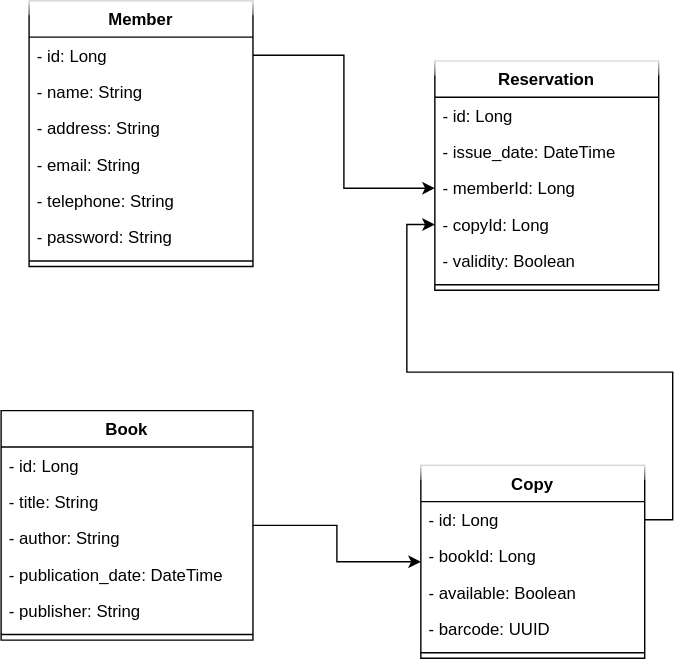
The draw.io diagram class_diagram.drawio.svg in gmorikawa/library_system_api, before a commit. Source tidied: cells renumbered, new cells last; positions are measured from the earlier drawing's top-left corner, leaving out a move shared by most shapes.
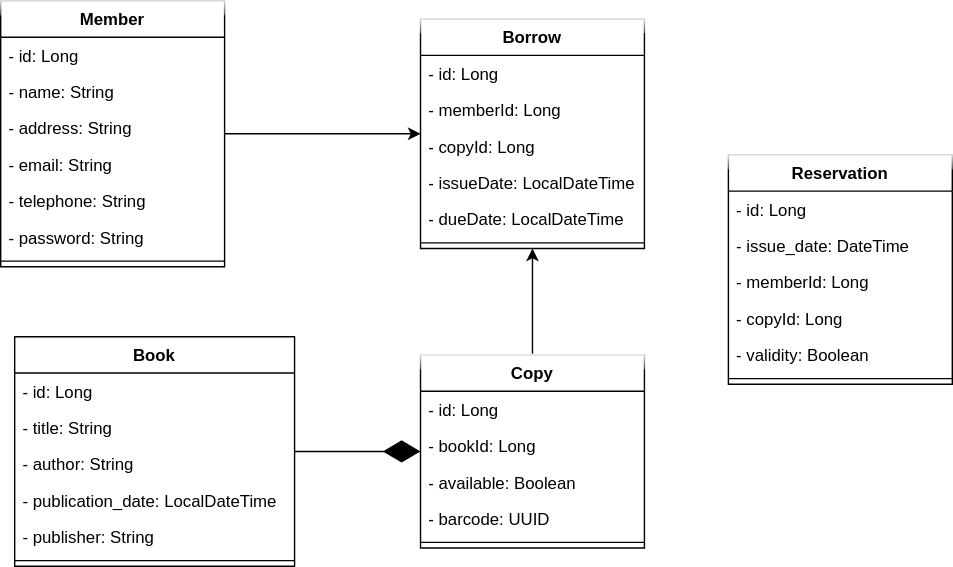
Later version of the same file.

Commit message:
Borrow entity basic CRUD implemented

Change to the diagram source:
```diff
@@ -2,32 +2,32 @@
   <root>
     <mxCell id="0" />
     <mxCell id="1" parent="0" />
-    <mxCell id="2" style="edgeStyle=orthogonalEdgeStyle;rounded=0;jettySize=auto;html=1;" parent="1" edge="1" source="3" target="10">
-      <mxGeometry relative="1" as="geometry" />
-    </mxCell>
     <mxCell id="3" value="Book" style="swimlane;fontStyle=1;align=center;verticalAlign=top;horizontal=1;startSize=26;" parent="1" vertex="1">
-      <mxGeometry y="293" width="180" height="164" as="geometry" />
+      <mxGeometry x="-140" y="400" width="200" height="164" as="geometry" />
     </mxCell>
     <mxCell id="4" value="- id: Long" style="text;strokeColor=none;fillColor=none;align=left;verticalAlign=top;spacingLeft=4;spacingRight=4;overflow=hidden;glass=1;" parent="3" vertex="1">
-      <mxGeometry y="26" width="180" height="26" as="geometry" />
+      <mxGeometry y="26" width="200" height="26" as="geometry" />
     </mxCell>
     <mxCell id="5" value="- title: String" style="text;strokeColor=none;fillColor=none;align=left;verticalAlign=top;spacingLeft=4;spacingRight=4;overflow=hidden;glass=1;" parent="3" vertex="1">
-      <mxGeometry y="52" width="180" height="26" as="geometry" />
+      <mxGeometry y="52" width="200" height="26" as="geometry" />
     </mxCell>
     <mxCell id="6" value="- author: String" style="text;strokeColor=none;fillColor=none;align=left;verticalAlign=top;spacingLeft=4;spacingRight=4;overflow=hidden;glass=1;" parent="3" vertex="1">
-      <mxGeometry y="78" width="180" height="26" as="geometry" />
+      <mxGeometry y="78" width="200" height="26" as="geometry" />
     </mxCell>
-    <mxCell id="7" value="- publication_date: DateTime" style="text;strokeColor=none;fillColor=none;align=left;verticalAlign=top;spacingLeft=4;spacingRight=4;overflow=hidden;glass=1;" parent="3" vertex="1">
-      <mxGeometry y="104" width="180" height="26" as="geometry" />
+    <mxCell id="7" value="- publication_date: LocalDateTime" style="text;strokeColor=none;fillColor=none;align=left;verticalAlign=top;spacingLeft=4;spacingRight=4;overflow=hidden;glass=1;" parent="3" vertex="1">
+      <mxGeometry y="104" width="200" height="26" as="geometry" />
     </mxCell>
     <mxCell id="8" value="- publisher: String" style="text;strokeColor=none;fillColor=none;align=left;verticalAlign=top;spacingLeft=4;spacingRight=4;overflow=hidden;glass=1;" parent="3" vertex="1">
-      <mxGeometry y="130" width="180" height="26" as="geometry" />
+      <mxGeometry y="130" width="200" height="26" as="geometry" />
     </mxCell>
     <mxCell id="9" style="line;strokeWidth=1;fillColor=none;align=left;verticalAlign=middle;spacingTop=-1;spacingLeft=3;spacingRight=3;labelPosition=right;strokeColor=inherit;" parent="3" vertex="1">
-      <mxGeometry y="156" width="180" height="8" as="geometry" />
+      <mxGeometry y="156" width="200" height="8" as="geometry" />
     </mxCell>
+    <mxCell id="33" style="edgeStyle=orthogonalEdgeStyle;rounded=0;jettySize=auto;html=1;" parent="1" edge="1" source="10" target="35">
+      <mxGeometry relative="1" as="geometry" />
+    </mxCell>
     <mxCell id="10" value="Copy" style="swimlane;fontStyle=1;align=center;verticalAlign=top;horizontal=1;startSize=26;glass=1;" parent="1" vertex="1">
-      <mxGeometry x="300" y="332" width="160" height="138" as="geometry" />
+      <mxGeometry x="150" y="413" width="160" height="138" as="geometry" />
     </mxCell>
     <mxCell id="11" value="- id: Long" style="text;strokeColor=none;fillColor=none;align=left;verticalAlign=top;spacingLeft=4;spacingRight=4;overflow=hidden;points=[[0,0.5],[1,0.5]];portConstraint=eastwest;glass=1;" parent="10" vertex="1">
       <mxGeometry y="26" width="160" height="26" as="geometry" />
@@ -44,8 +44,11 @@
     <mxCell id="15" style="line;strokeWidth=1;fillColor=none;align=left;verticalAlign=middle;spacingTop=-1;spacingLeft=3;spacingRight=3;labelPosition=right;strokeColor=inherit;glass=1;" parent="10" vertex="1">
       <mxGeometry y="130" width="160" height="8" as="geometry" />
     </mxCell>
+    <mxCell id="34" style="edgeStyle=orthogonalEdgeStyle;rounded=0;jettySize=auto;html=1;" parent="1" edge="1" source="16" target="35">
+      <mxGeometry relative="1" as="geometry" />
+    </mxCell>
     <mxCell id="16" value="Member" style="swimlane;fontStyle=1;align=center;verticalAlign=top;horizontal=1;startSize=26;glass=1;" parent="1" vertex="1">
-      <mxGeometry x="20" width="160" height="190" as="geometry" />
+      <mxGeometry x="-150" y="160" width="160" height="190" as="geometry" />
     </mxCell>
     <mxCell id="17" value="- id: Long&#10;" style="text;strokeColor=none;fillColor=none;align=left;verticalAlign=top;spacingLeft=4;spacingRight=4;overflow=hidden;points=[[0,0.5],[1,0.5]];portConstraint=eastwest;glass=1;" parent="16" vertex="1">
       <mxGeometry y="26" width="160" height="26" as="geometry" />
@@ -69,7 +72,7 @@
       <mxGeometry y="182" width="160" height="8" as="geometry" />
     </mxCell>
     <mxCell id="24" value="Reservation&#10;" style="swimlane;fontStyle=1;align=center;verticalAlign=top;horizontal=1;startSize=26;glass=1;" parent="1" vertex="1">
-      <mxGeometry x="310" y="43" width="160" height="164" as="geometry" />
+      <mxGeometry x="370" y="270" width="160" height="164" as="geometry" />
     </mxCell>
     <mxCell id="25" value="- id: Long" style="text;strokeColor=none;fillColor=none;align=left;verticalAlign=top;spacingLeft=4;spacingRight=4;overflow=hidden;glass=1;" parent="24" vertex="1">
       <mxGeometry y="26" width="160" height="26" as="geometry" />
@@ -89,11 +92,29 @@
     <mxCell id="30" style="line;strokeWidth=1;fillColor=none;align=left;verticalAlign=middle;spacingTop=-1;spacingLeft=3;spacingRight=3;labelPosition=right;strokeColor=inherit;glass=1;" parent="24" vertex="1">
       <mxGeometry y="156" width="160" height="8" as="geometry" />
     </mxCell>
-    <mxCell id="31" style="edgeStyle=orthogonalEdgeStyle;rounded=0;jettySize=auto;html=1;" parent="1" edge="1" source="17" target="27">
-      <mxGeometry relative="1" as="geometry" />
-    </mxCell>
-    <mxCell id="32" style="edgeStyle=orthogonalEdgeStyle;rounded=0;jettySize=auto;html=1;" parent="1" edge="1" source="11" target="28">
-      <mxGeometry relative="1" as="geometry" />
-    </mxCell>
+    <mxCell id="35" value="Borrow" style="swimlane;fontStyle=1;align=center;verticalAlign=top;horizontal=1;startSize=26;glass=1;" parent="1" vertex="1">
+      <mxGeometry x="150" y="173" width="160" height="164" as="geometry" />
+    </mxCell>
+    <mxCell id="36" value="- id: Long&#10;" style="text;strokeColor=none;fillColor=none;align=left;verticalAlign=top;spacingLeft=4;spacingRight=4;overflow=hidden;glass=1;" parent="35" vertex="1">
+      <mxGeometry y="26" width="160" height="26" as="geometry" />
+    </mxCell>
+    <mxCell id="37" value="- memberId: Long" style="text;strokeColor=none;fillColor=none;align=left;verticalAlign=top;spacingLeft=4;spacingRight=4;overflow=hidden;glass=1;" parent="35" vertex="1">
+      <mxGeometry y="52" width="160" height="26" as="geometry" />
+    </mxCell>
+    <mxCell id="38" value="- copyId: Long" style="text;strokeColor=none;fillColor=none;align=left;verticalAlign=top;spacingLeft=4;spacingRight=4;overflow=hidden;glass=1;" parent="35" vertex="1">
+      <mxGeometry y="78" width="160" height="26" as="geometry" />
+    </mxCell>
+    <mxCell id="39" value="- issueDate: LocalDateTime" style="text;strokeColor=none;fillColor=none;align=left;verticalAlign=top;spacingLeft=4;spacingRight=4;overflow=hidden;glass=1;" parent="35" vertex="1">
+      <mxGeometry y="104" width="160" height="26" as="geometry" />
+    </mxCell>
+    <mxCell id="40" value="- dueDate: LocalDateTime" style="text;strokeColor=none;fillColor=none;align=left;verticalAlign=top;spacingLeft=4;spacingRight=4;overflow=hidden;glass=1;" parent="35" vertex="1">
+      <mxGeometry y="130" width="160" height="26" as="geometry" />
+    </mxCell>
+    <mxCell id="41" style="line;strokeWidth=1;fillColor=none;align=left;verticalAlign=middle;spacingTop=-1;spacingLeft=3;spacingRight=3;labelPosition=right;strokeColor=inherit;glass=1;" parent="35" vertex="1">
+      <mxGeometry y="156" width="160" height="8" as="geometry" />
+    </mxCell>
+    <mxCell id="2" style="endArrow=diamondThin;endFill=1;endSize=24;html=1;rounded=0;" parent="1" edge="1" source="3" target="10">
+      <mxGeometry relative="1" as="geometry" />
+    </mxCell>
   </root>
 </mxGraphModel>
```
